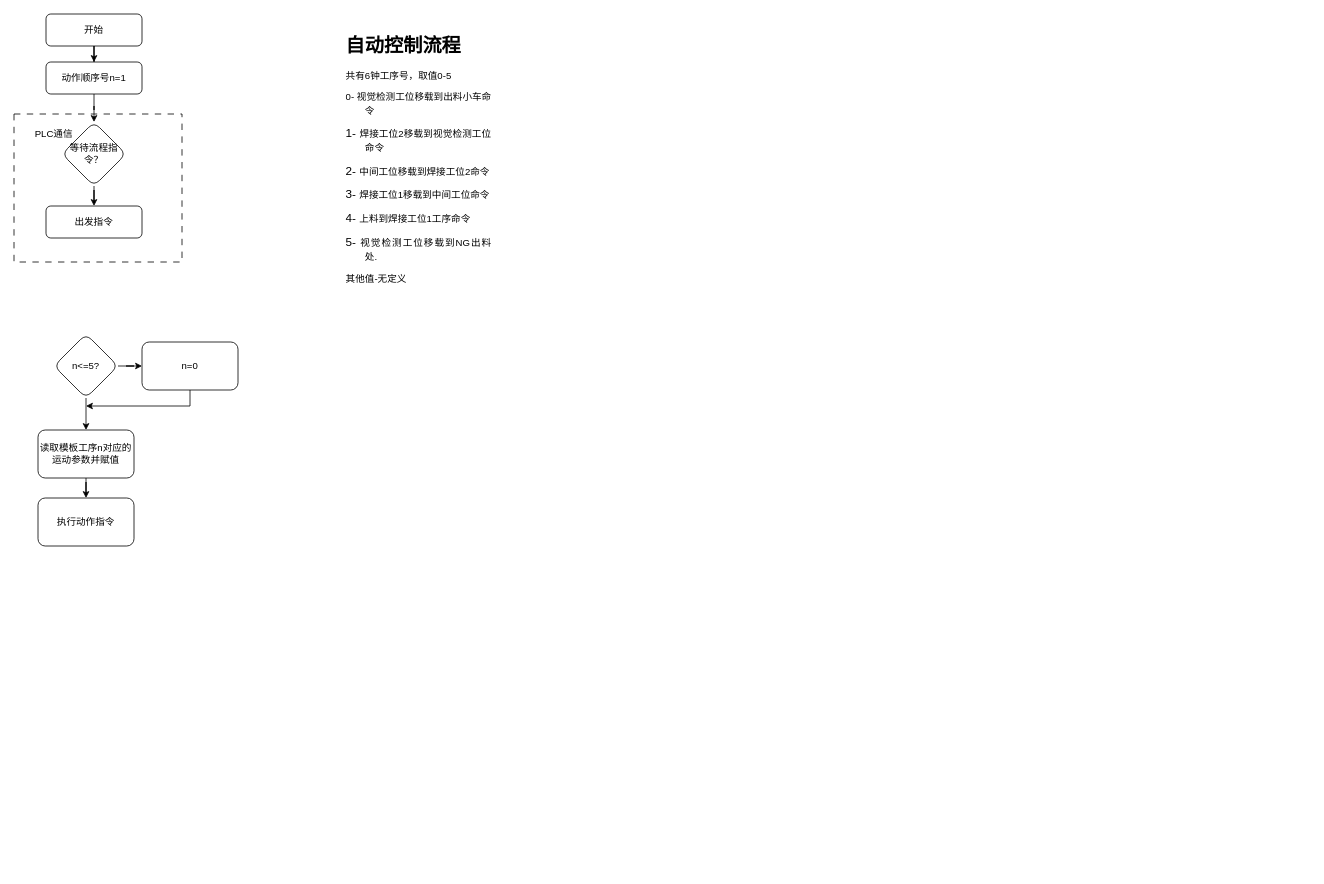
This is 未命名绘图.drawio from wjaswdd/draw.io, a draw.io file, before an edit. Source tidied: cells renumbered, new cells numbered last; positions are measured from the earlier drawing's top-left corner, leaving out a move shared by most shapes. Both pictures are drawn from the tidied source at 80%, with x=0, y=0 at pixel (14, 14).
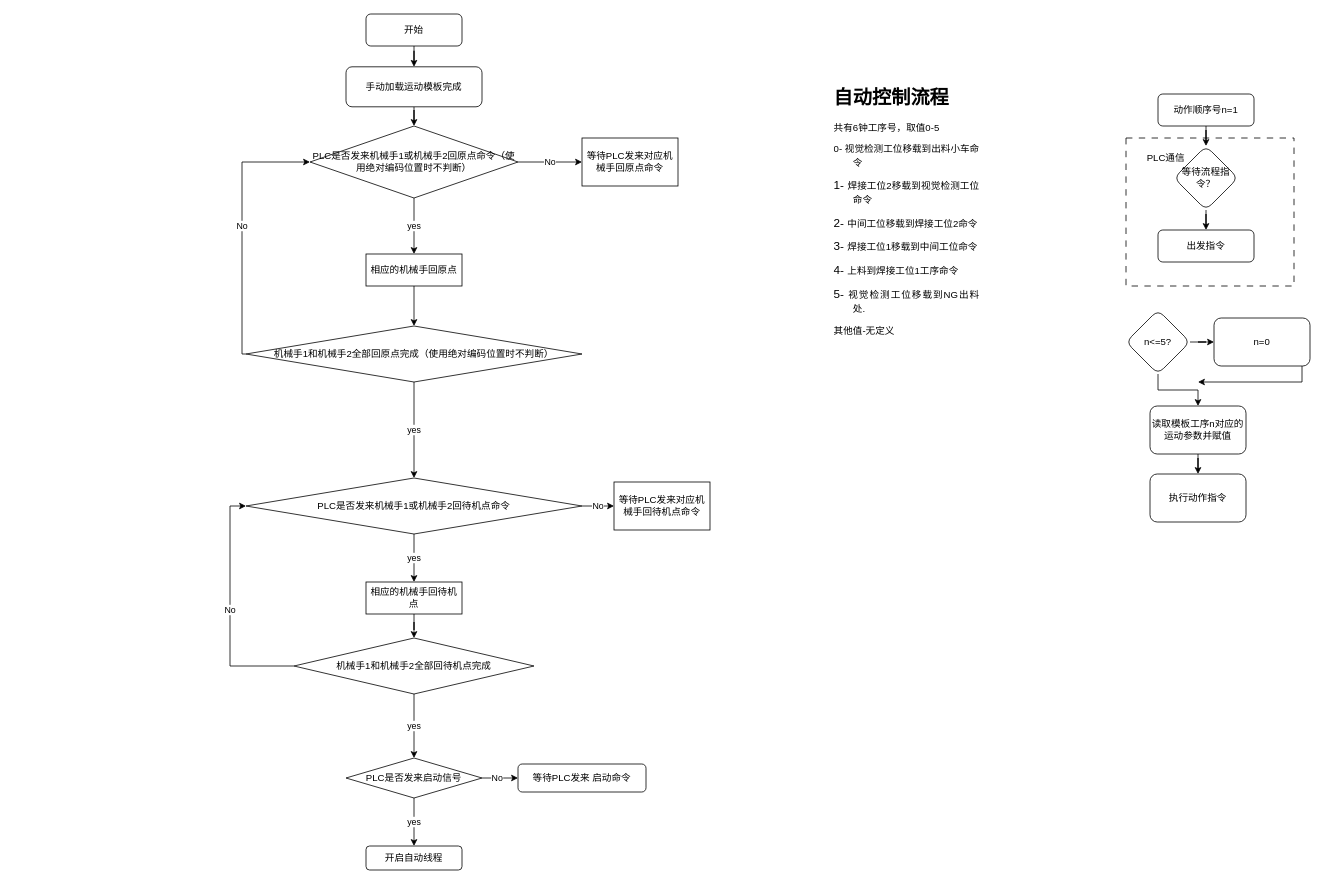
Above is the later version.

Commit message:
自动控制流程.drawio

Diff of the diagram source:
```diff
@@
-    <mxCell id="2" style="edgeStyle=orthogonalEdgeStyle;rounded=0;jettySize=auto;html=1;" parent="1" edge="1" source="3" target="5">
-      <mxGeometry relative="1" as="geometry" />
-    </mxCell>
+    <mxCell id="20" style="edgeStyle=orthogonalEdgeStyle;rounded=0;jettySize=auto;html=1;entryX=0.5;entryY=0;entryDx=0;entryDy=0;" parent="1" edge="1" source="3" target="22">
+      <mxGeometry relative="1" as="geometry" />
+    </mxCell>
     <mxCell id="3" value="开始" style="rounded=1;whiteSpace=wrap;html=1;fontSize=12;glass=0;strokeWidth=1;shadow=0;" parent="1" vertex="1">
-      <mxGeometry x="40" width="120" height="40" as="geometry" />
+      <mxGeometry x="440" width="120" height="40" as="geometry" />
     </mxCell>
@@
     <mxCell id="5" value="动作顺序号n=1" style="rounded=1;whiteSpace=wrap;html=1;fontSize=12;glass=0;strokeWidth=1;shadow=0;" parent="1" vertex="1">
-      <mxGeometry x="40" y="60" width="120" height="40" as="geometry" />
+      <mxGeometry x="1430" y="100" width="120" height="40" as="geometry" />
     </mxCell>
     <mxCell id="6" style="swimlane;startSize=0;dashed=1;dashPattern=8 8;" parent="1" vertex="1">
-      <mxGeometry y="125" width="210" height="185" as="geometry" />
+      <mxGeometry x="1390" y="155" width="210" height="185" as="geometry" />
     </mxCell>
@@
     <mxCell id="11" value="&lt;h1&gt;自动控制流程&lt;/h1&gt;&lt;div&gt;共有6钟工序号，取值0-5&lt;/div&gt;&lt;div&gt;&lt;p style=&quot;margin-left:18.0000pt;text-indent:-18.0000pt;mso-char-indent-count:0.0000;&lt;br/&gt;mso-pagination:none;text-align:justify;text-justify:inter-ideograph;&lt;br/&gt;mso-list:l0 level1 lfo1;&quot; align=&quot;justify&quot; class=&quot;15&quot;&gt;0-&amp;nbsp;视觉检测工位移载到出料小车命令&lt;span style=&quot;font-size: 11pt;&quot;&gt;&lt;/span&gt;&lt;/p&gt;&lt;p style=&quot;margin-left:18.0000pt;text-indent:-18.0000pt;mso-char-indent-count:0.0000;&lt;br/&gt;mso-pagination:none;text-align:justify;text-justify:inter-ideograph;&lt;br/&gt;mso-list:l0 level1 lfo1;&quot; align=&quot;justify&quot; class=&quot;15&quot;&gt;&lt;span style=&quot;font-size: 11pt;&quot;&gt;1-&amp;nbsp;&lt;/span&gt;焊接工位2移载到视觉检测工位命令&lt;span style=&quot;font-size: 11pt;&quot;&gt;&lt;/span&gt;&lt;/p&gt;&lt;p style=&quot;margin-left:18.0000pt;text-indent:-18.0000pt;mso-char-indent-count:0.0000;&lt;br/&gt;mso-pagination:none;text-align:justify;text-justify:inter-ideograph;&lt;br/&gt;mso-list:l0 level1 lfo1;&quot; align=&quot;justify&quot; class=&quot;15&quot;&gt;&lt;span style=&quot;font-size: 11pt;&quot;&gt;2-&amp;nbsp;&lt;/span&gt;中间工位移载到焊接工位2命令&lt;span style=&quot;font-size: 11pt;&quot;&gt;&lt;/span&gt;&lt;/p&gt;&lt;p style=&quot;margin-left:18.0000pt;text-indent:-18.0000pt;mso-char-indent-count:0.0000;&lt;br/&gt;mso-pagination:none;text-align:justify;text-justify:inter-ideograph;&lt;br/&gt;mso-list:l0 level1 lfo1;&quot; align=&quot;justify&quot; class=&quot;15&quot;&gt;&lt;span style=&quot;font-size: 11pt;&quot;&gt;3-&amp;nbsp;&lt;/span&gt;焊接工位1移载到中间工位命令&lt;span style=&quot;font-size: 11pt;&quot;&gt;&lt;/span&gt;&lt;/p&gt;&lt;p style=&quot;margin-left:18.0000pt;text-indent:-18.0000pt;mso-char-indent-count:0.0000;&lt;br/&gt;mso-pagination:none;text-align:justify;text-justify:inter-ideograph;&lt;br/&gt;mso-list:l0 level1 lfo1;&quot; align=&quot;justify&quot; class=&quot;15&quot;&gt;&lt;span style=&quot;font-size: 11pt;&quot;&gt;4-&amp;nbsp;&lt;/span&gt;上料到焊接工位1工序命令&lt;span style=&quot;font-size: 11pt;&quot;&gt;&lt;/span&gt;&lt;/p&gt;&lt;p style=&quot;margin-left:18.0000pt;text-indent:-18.0000pt;mso-char-indent-count:0.0000;&lt;br/&gt;mso-pagination:none;text-align:justify;text-justify:inter-ideograph;&lt;br/&gt;mso-list:l0 level1 lfo1;&quot; align=&quot;justify&quot; class=&quot;15&quot;&gt;&lt;span style=&quot;font-size: 11pt;&quot;&gt;5-&amp;nbsp;&lt;/span&gt;视觉检测工位移载到NG出料处.&lt;span style=&quot;font-size: 11pt;&quot;&gt;&lt;/span&gt;&lt;/p&gt;&lt;p class=&quot;MsoNormal&quot;&gt;&lt;font style=&quot;&quot;&gt;其他值&lt;/font&gt;&lt;font style=&quot;&quot;&gt;-&lt;/font&gt;&lt;font style=&quot;&quot;&gt;无定义&lt;/font&gt;&lt;/p&gt;&lt;/div&gt;" style="text;html=1;strokeColor=none;fillColor=none;spacing=5;spacingTop=-20;whiteSpace=wrap;overflow=hidden;rounded=0;" parent="1" vertex="1">
-      <mxGeometry x="410" y="20" width="190" height="330" as="geometry" />
+      <mxGeometry x="1020" y="85" width="190" height="340" as="geometry" />
     </mxCell>
@@
     <mxCell id="14" value="n&amp;lt;=5?" style="rhombus;whiteSpace=wrap;html=1;rounded=1;glass=0;strokeWidth=1;shadow=0;" parent="1" vertex="1">
-      <mxGeometry x="50" y="400" width="80" height="80" as="geometry" />
+      <mxGeometry x="1390" y="370" width="80" height="80" as="geometry" />
     </mxCell>
@@
     <mxCell id="16" value="读取模板工序n对应的运动参数并赋值" style="whiteSpace=wrap;html=1;rounded=1;glass=0;strokeWidth=1;shadow=0;" parent="1" vertex="1">
-      <mxGeometry x="30" y="520" width="120" height="60" as="geometry" />
+      <mxGeometry x="1420" y="490" width="120" height="60" as="geometry" />
     </mxCell>
     <mxCell id="17" style="edgeStyle=orthogonalEdgeStyle;rounded=0;jettySize=auto;html=1;" parent="1" edge="1" source="18">
       <mxGeometry relative="1" as="geometry">
-        <mxPoint x="90" y="490" as="targetPoint" />
+        <mxPoint x="1480" y="460" as="targetPoint" />
         <Array as="points">
-          <mxPoint x="220" y="490" />
+          <mxPoint x="1610" y="460" />
         </Array>
       </mxGeometry>
     </mxCell>
     <mxCell id="18" value="n=0" style="whiteSpace=wrap;html=1;rounded=1;glass=0;strokeWidth=1;shadow=0;" parent="1" vertex="1">
-      <mxGeometry x="160" y="410" width="120" height="60" as="geometry" />
+      <mxGeometry x="1500" y="380" width="120" height="60" as="geometry" />
     </mxCell>
     <mxCell id="19" value="执行动作指令" style="whiteSpace=wrap;html=1;rounded=1;glass=0;strokeWidth=1;shadow=0;" parent="1" vertex="1">
-      <mxGeometry x="30" y="605" width="120" height="60" as="geometry" />
+      <mxGeometry x="1420" y="575" width="120" height="60" as="geometry" />
     </mxCell>
+    <mxCell id="21" style="edgeStyle=orthogonalEdgeStyle;rounded=0;jettySize=auto;html=1;" parent="1" edge="1" source="22" target="30">
+      <mxGeometry relative="1" as="geometry" />
+    </mxCell>
+    <mxCell id="22" value="手动加载运动模板完成" style="rounded=1;whiteSpace=wrap;html=1;" parent="1" vertex="1">
+      <mxGeometry x="415" y="66" width="170" height="50" as="geometry" />
+    </mxCell>
+    <mxCell id="23" value="yes" style="edgeStyle=orthogonalEdgeStyle;rounded=0;jettySize=auto;html=1;" parent="1" edge="1" source="25" target="26">
+      <mxGeometry relative="1" as="geometry" />
+    </mxCell>
+    <mxCell id="24" value="No" style="edgeStyle=orthogonalEdgeStyle;rounded=0;jettySize=auto;html=1;" parent="1" edge="1" source="25" target="27">
+      <mxGeometry x="-0.14" relative="1" as="geometry" />
+    </mxCell>
+    <mxCell id="25" value="PLC是否发来启动信号" style="rhombus;whiteSpace=wrap;html=1;" parent="1" vertex="1">
+      <mxGeometry x="415" y="930" width="170" height="50" as="geometry" />
+    </mxCell>
+    <mxCell id="26" value="开启自动线程" style="rounded=1;whiteSpace=wrap;html=1;" parent="1" vertex="1">
+      <mxGeometry x="440" y="1040" width="120" height="30" as="geometry" />
+    </mxCell>
+    <mxCell id="27" value="等待PLC发来 启动命令" style="rounded=1;whiteSpace=wrap;html=1;" parent="1" vertex="1">
+      <mxGeometry x="630" y="937.5" width="160" height="35" as="geometry" />
+    </mxCell>
+    <mxCell id="28" value="No" style="edgeStyle=orthogonalEdgeStyle;rounded=0;jettySize=auto;html=1;" parent="1" edge="1" source="30" target="31">
+      <mxGeometry relative="1" as="geometry" />
+    </mxCell>
+    <mxCell id="29" value="yes" style="edgeStyle=orthogonalEdgeStyle;rounded=0;jettySize=auto;html=1;" parent="1" edge="1" source="30" target="33">
+      <mxGeometry relative="1" as="geometry" />
+    </mxCell>
+    <mxCell id="30" value="PLC是否发来机械手1或机械手2回原点命令（使用绝对编码位置时不判断）" style="rhombus;whiteSpace=wrap;html=1;" parent="1" vertex="1">
+      <mxGeometry x="370" y="140" width="260" height="90" as="geometry" />
+    </mxCell>
+    <mxCell id="31" value="等待PLC发来对应机械手回原点命令" style="whiteSpace=wrap;html=1;" parent="1" vertex="1">
+      <mxGeometry x="710" y="155" width="120" height="60" as="geometry" />
+    </mxCell>
+    <mxCell id="32" style="edgeStyle=orthogonalEdgeStyle;rounded=0;jettySize=auto;html=1;" parent="1" edge="1" source="33" target="35">
+      <mxGeometry relative="1" as="geometry" />
+    </mxCell>
+    <mxCell id="33" value="相应的机械手回原点" style="whiteSpace=wrap;html=1;" parent="1" vertex="1">
+      <mxGeometry x="440" y="300" width="120" height="40" as="geometry" />
+    </mxCell>
+    <mxCell id="34" value="No" style="edgeStyle=orthogonalEdgeStyle;rounded=0;jettySize=auto;html=1;entryX=0;entryY=0.5;entryDx=0;entryDy=0;exitX=0;exitY=0.5;exitDx=0;exitDy=0;" parent="1" edge="1" source="35" target="30">
+      <mxGeometry relative="1" as="geometry">
+        <Array as="points">
+          <mxPoint x="285" y="425" />
+          <mxPoint x="285" y="185" />
+        </Array>
+      </mxGeometry>
+    </mxCell>
+    <mxCell id="35" value="机械手1和机械手2全部回原点完成（使用绝对编码位置时不判断）" style="rhombus;whiteSpace=wrap;html=1;" parent="1" vertex="1">
+      <mxGeometry x="290" y="390" width="420" height="70" as="geometry" />
+    </mxCell>
+    <mxCell id="36" value="yes" style="edgeStyle=orthogonalEdgeStyle;rounded=0;jettySize=auto;html=1;exitX=0.5;exitY=1;exitDx=0;exitDy=0;" parent="1" edge="1" source="35" target="38">
+      <mxGeometry relative="1" as="geometry" />
+    </mxCell>
+    <mxCell id="37" value="yes" style="edgeStyle=orthogonalEdgeStyle;rounded=0;jettySize=auto;html=1;" parent="1" edge="1" source="38" target="40">
+      <mxGeometry relative="1" as="geometry" />
+    </mxCell>
+    <mxCell id="38" value="PLC是否发来机械手1或机械手2回待机点命令" style="rhombus;whiteSpace=wrap;html=1;" parent="1" vertex="1">
+      <mxGeometry x="290" y="580" width="420" height="70" as="geometry" />
+    </mxCell>
+    <mxCell id="39" style="edgeStyle=orthogonalEdgeStyle;rounded=0;jettySize=auto;html=1;" parent="1" edge="1" source="40" target="45">
+      <mxGeometry relative="1" as="geometry" />
+    </mxCell>
+    <mxCell id="40" value="相应的机械手回待机点" style="whiteSpace=wrap;html=1;" parent="1" vertex="1">
+      <mxGeometry x="440" y="710" width="120" height="40" as="geometry" />
+    </mxCell>
+    <mxCell id="41" value="No" style="edgeStyle=orthogonalEdgeStyle;rounded=0;jettySize=auto;html=1;exitX=1;exitY=0.5;exitDx=0;exitDy=0;" parent="1" edge="1" source="38" target="42">
+      <mxGeometry relative="1" as="geometry" />
+    </mxCell>
+    <mxCell id="42" value="等待PLC发来对应机械手回待机点命令" style="whiteSpace=wrap;html=1;" parent="1" vertex="1">
+      <mxGeometry x="750" y="585" width="120" height="60" as="geometry" />
+    </mxCell>
+    <mxCell id="43" value="No" style="edgeStyle=orthogonalEdgeStyle;rounded=0;jettySize=auto;html=1;entryX=0;entryY=0.5;entryDx=0;entryDy=0;" parent="1" edge="1" source="45" target="38">
+      <mxGeometry relative="1" as="geometry">
+        <Array as="points">
+          <mxPoint x="270" y="815" />
+          <mxPoint x="270" y="615" />
+        </Array>
+      </mxGeometry>
+    </mxCell>
+    <mxCell id="44" value="yes" style="edgeStyle=orthogonalEdgeStyle;rounded=0;jettySize=auto;html=1;" parent="1" edge="1" source="45" target="25">
+      <mxGeometry relative="1" as="geometry" />
+    </mxCell>
+    <mxCell id="45" value="机械手1和机械手2全部回待机点完成" style="rhombus;whiteSpace=wrap;html=1;" parent="1" vertex="1">
+      <mxGeometry x="350" y="780" width="300" height="70" as="geometry" />
+    </mxCell>
```
